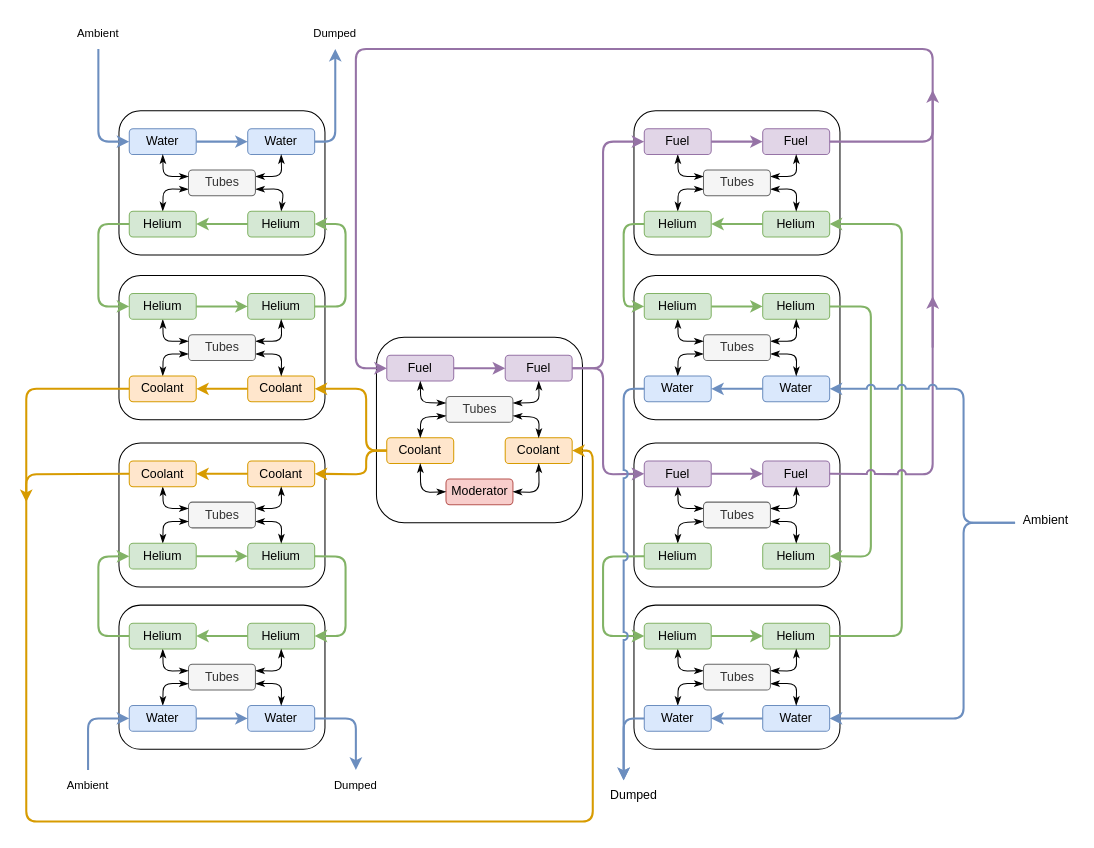
The draw.io diagram ARE_full_3.drawio in LukeLabrie/2025_ARE_paper, before the edit. Source tidied: cells renumbered, new cells numbered last; positions are measured from the earlier drawing's top-left corner, leaving out a move shared by most shapes. Both pictures are drawn from the tidied source at 103%, with x=0, y=0 at pixel (26, 18).
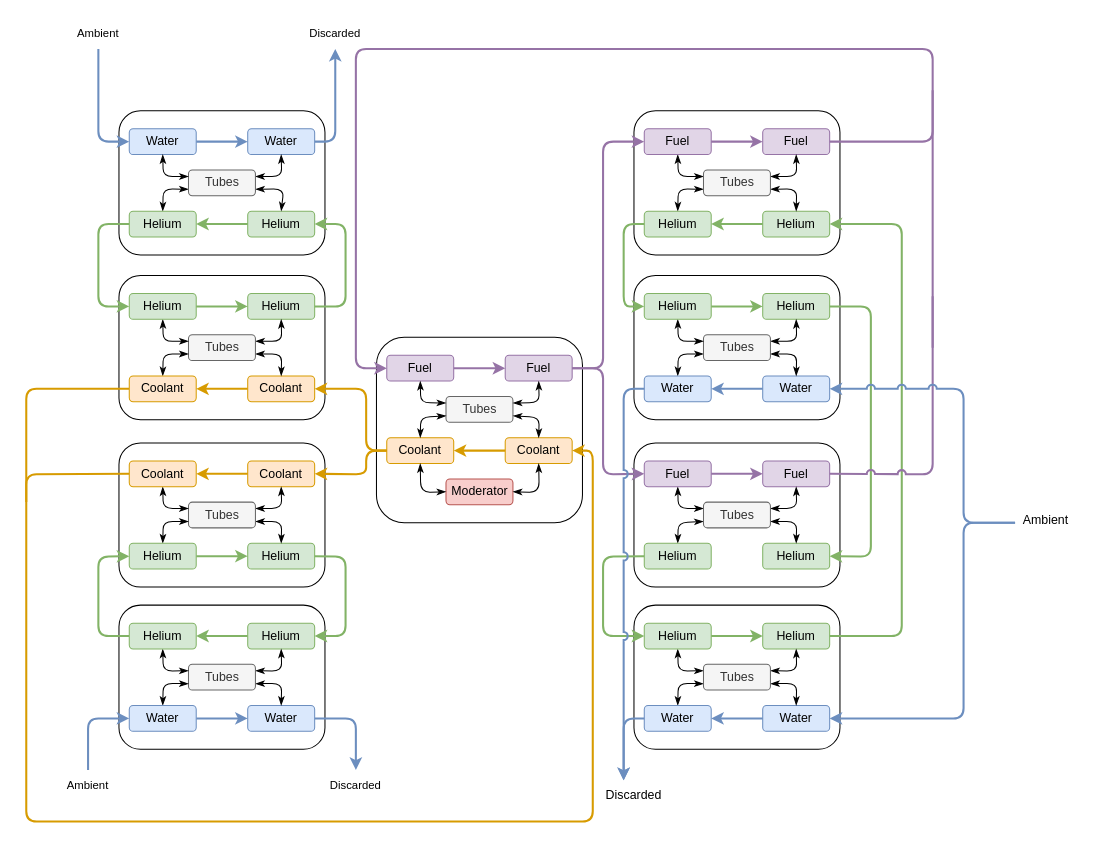
After the change.

Unchanged cells that the change refers to:
```xml
<mxCell id="4" value="Coolant" style="rounded=1;whiteSpace=wrap;html=1;fillColor=#ffe6cc;strokeColor=#d79b00;" parent="1" vertex="1">
  <mxGeometry x="350" y="407.5" width="65" height="25" as="geometry" />
</mxCell>
<mxCell id="5" value="Coolant" style="rounded=1;whiteSpace=wrap;html=1;fillColor=#ffe6cc;strokeColor=#d79b00;" parent="1" vertex="1">
  <mxGeometry x="465" y="407.5" width="65" height="25" as="geometry" />
</mxCell>
<mxCell id="37" value="Fuel" style="rounded=1;whiteSpace=wrap;html=1;fillColor=#e1d5e7;strokeColor=#9673a6;direction=east;" parent="1" vertex="1">
  <mxGeometry x="715" y="430" width="65" height="25" as="geometry" />
</mxCell>
<mxCell id="78" value="Coolant" style="rounded=1;whiteSpace=wrap;html=1;fillColor=#ffe6cc;strokeColor=#d79b00;direction=east;" parent="1" vertex="1">
  <mxGeometry x="100" y="347.5" width="65" height="25" as="geometry" />
</mxCell>
```

Change to the diagram source:
```diff
@@
-    <mxCell id="76" style="edgeStyle=none;shape=connector;curved=0;rounded=1;jettySize=auto;html=1;exitX=0;exitY=0.5;exitDx=0;exitDy=0;labelBackgroundColor=default;strokeColor=#d79b00;strokeWidth=2;align=center;verticalAlign=middle;fontFamily=Helvetica;fontSize=11;fontColor=default;endArrow=classic;fillColor=#ffe6cc;" parent="1" edge="1" source="78">
+    <mxCell id="76" style="edgeStyle=none;shape=connector;curved=0;rounded=1;jettySize=auto;html=1;exitX=0;exitY=0.5;exitDx=0;exitDy=0;labelBackgroundColor=default;strokeColor=#d79b00;strokeWidth=2;align=center;verticalAlign=middle;fontFamily=Helvetica;fontSize=11;fontColor=default;endArrow=none;fillColor=#ffe6cc;endFill=0;" parent="1" edge="1" source="78">
       <mxGeometry relative="1" as="geometry">
         <mxPoint y="470" as="targetPoint" />
         <Array as="points">
           <mxPoint y="360" />
         </Array>
       </mxGeometry>
     </mxCell>
@@
-    <mxCell id="119" style="endArrow=classic;html=1;rounded=1;labelBackgroundColor=default;strokeColor=#9673a6;strokeWidth=2;align=center;verticalAlign=middle;fontFamily=Helvetica;fontSize=11;fontColor=default;fillColor=#e1d5e7;shape=connector;curved=0;exitX=1;exitY=0.5;exitDx=0;exitDy=0;jumpStyle=arc;" parent="1" edge="1" source="37">
+    <mxCell id="119" style="endArrow=none;html=1;rounded=1;labelBackgroundColor=default;strokeColor=#9673a6;strokeWidth=2;align=center;verticalAlign=middle;fontFamily=Helvetica;fontSize=11;fontColor=default;fillColor=#e1d5e7;shape=connector;curved=0;exitX=1;exitY=0.5;exitDx=0;exitDy=0;jumpStyle=arc;endFill=0;" parent="1" edge="1" source="37">
       <mxGeometry relative="1" as="geometry">
         <mxPoint x="880" y="270" as="targetPoint" />
         <Array as="points">
           <mxPoint x="880" y="443" />
         </Array>
       </mxGeometry>
     </mxCell>
@@
-    <mxCell id="125" value="Dumped" style="text;html=1;strokeColor=none;fillColor=none;align=center;verticalAlign=middle;whiteSpace=wrap;rounded=0;fontSize=12;fontFamily=Helvetica;fontColor=default;" parent="1" vertex="1">
+    <mxCell id="125" value="Discarded" style="text;html=1;strokeColor=none;fillColor=none;align=center;verticalAlign=middle;whiteSpace=wrap;rounded=0;fontSize=12;fontFamily=Helvetica;fontColor=default;" parent="1" vertex="1">
       <mxGeometry x="560" y="740" width="60" height="30" as="geometry" />
     </mxCell>
@@
-    <mxCell id="133" value="Dumped" style="text;html=1;strokeColor=none;fillColor=none;align=center;verticalAlign=middle;whiteSpace=wrap;rounded=0;fontSize=11;fontFamily=Helvetica;fontColor=default;" parent="1" vertex="1">
+    <mxCell id="133" value="Discarded" style="text;html=1;strokeColor=none;fillColor=none;align=center;verticalAlign=middle;whiteSpace=wrap;rounded=0;fontSize=11;fontFamily=Helvetica;fontColor=default;" parent="1" vertex="1">
       <mxGeometry x="270" width="60" height="30" as="geometry" />
     </mxCell>
@@
-    <mxCell id="138" value="Dumped" style="text;html=1;strokeColor=none;fillColor=none;align=center;verticalAlign=middle;whiteSpace=wrap;rounded=0;fontSize=11;fontFamily=Helvetica;fontColor=default;" parent="1" vertex="1">
+    <mxCell id="138" value="Discarded" style="text;html=1;strokeColor=none;fillColor=none;align=center;verticalAlign=middle;whiteSpace=wrap;rounded=0;fontSize=11;fontFamily=Helvetica;fontColor=default;" parent="1" vertex="1">
       <mxGeometry x="290" y="730" width="60" height="30" as="geometry" />
     </mxCell>
@@
-    <mxCell id="141" style="endArrow=classic;html=1;rounded=1;labelBackgroundColor=default;strokeColor=#9673a6;strokeWidth=2;align=center;verticalAlign=middle;fontFamily=Helvetica;fontSize=11;fontColor=default;fillColor=#e1d5e7;shape=connector;edgeStyle=none;curved=0;endFill=1;" parent="1" edge="1">
+    <mxCell id="141" style="endArrow=none;html=1;rounded=1;labelBackgroundColor=default;strokeColor=#9673a6;strokeWidth=2;align=center;verticalAlign=middle;fontFamily=Helvetica;fontSize=11;fontColor=default;fillColor=#e1d5e7;shape=connector;edgeStyle=none;curved=0;endFill=0;" parent="1" edge="1">
       <mxGeometry relative="1" as="geometry">
         <mxPoint x="880" y="320" as="sourcePoint" />
         <mxPoint x="880" y="70" as="targetPoint" />
       </mxGeometry>
     </mxCell>
+    <mxCell id="142" style="endArrow=classic;html=1;rounded=1;labelBackgroundColor=default;strokeColor=#d79b00;strokeWidth=2;align=center;verticalAlign=middle;fontFamily=Helvetica;fontSize=11;fontColor=default;fillColor=#ffe6cc;shape=connector;curved=0;exitX=0;exitY=0.5;exitDx=0;exitDy=0;entryX=1;entryY=0.5;entryDx=0;entryDy=0;" parent="1" edge="1" source="5" target="4">
+      <mxGeometry relative="1" as="geometry" />
+    </mxCell>
```
